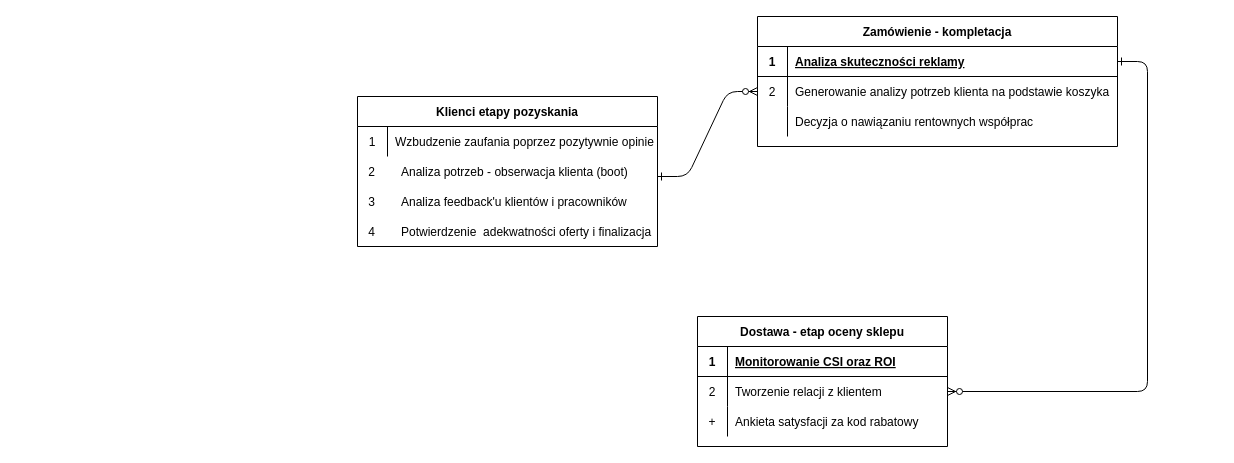
The draw.io diagram diagram wdrożenia.drawio in blackmen22/e-commerce-43120, before the edit. Source tidied: cells renumbered, new cells numbered last; positions are measured from the earlier drawing's top-left corner, leaving out a move shared by most shapes. Both pictures are drawn from the tidied source at 100%, with x=0, y=0 at pixel (357, 16).
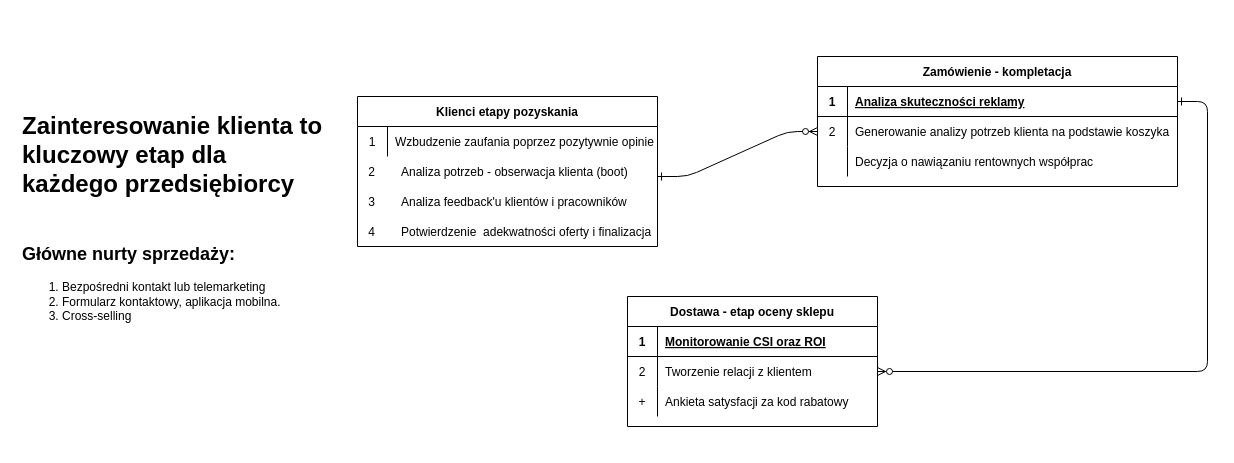
After the change.

Change to the diagram source:
```diff
@@
     <mxCell id="4" value="Zamówienie - kompletacja" style="shape=table;startSize=30;childLayout=tableLayout;rowLines=0;fontStyle=1;align=center;" parent="1" vertex="1">
-      <mxGeometry x="400" width="360" height="130" as="geometry" />
+      <mxGeometry x="460" y="40" width="360" height="130" as="geometry" />
     </mxCell>
@@
     <mxCell id="14" value="Dostawa - etap oceny sklepu" style="shape=table;startSize=30;childLayout=tableLayout;rowLines=0;fontStyle=1;align=center;" parent="1" vertex="1">
-      <mxGeometry x="340" y="300" width="250" height="130" as="geometry" />
+      <mxGeometry x="270" y="280" width="250" height="130" as="geometry" />
     </mxCell>
@@
+    <mxCell id="37" value="&lt;h1&gt;Zainteresowanie klienta to kluczowy etap dla każdego przedsiębiorcy&lt;/h1&gt;&lt;div&gt;&lt;br&gt;&lt;/div&gt;&lt;h2&gt;Główne nurty sprzedaży:&lt;br&gt;&lt;/h2&gt;&lt;div&gt;&lt;ol&gt;&lt;li&gt;Bezpośredni kontakt lub telemarketing&lt;br&gt;&lt;/li&gt;&lt;li&gt;Formularz kontaktowy, aplikacja mobilna. &lt;/li&gt;&lt;li&gt;Cross-selling&lt;br&gt;&lt;/li&gt;&lt;/ol&gt;&lt;/div&gt;&lt;p&gt;&lt;/p&gt;" style="text;html=1;strokeColor=none;fillColor=none;spacing=5;spacingTop=-20;whiteSpace=wrap;overflow=hidden;rounded=0;" parent="1" vertex="1">
+      <mxGeometry x="-340" y="90" width="310" height="230" as="geometry" />
+    </mxCell>
```
